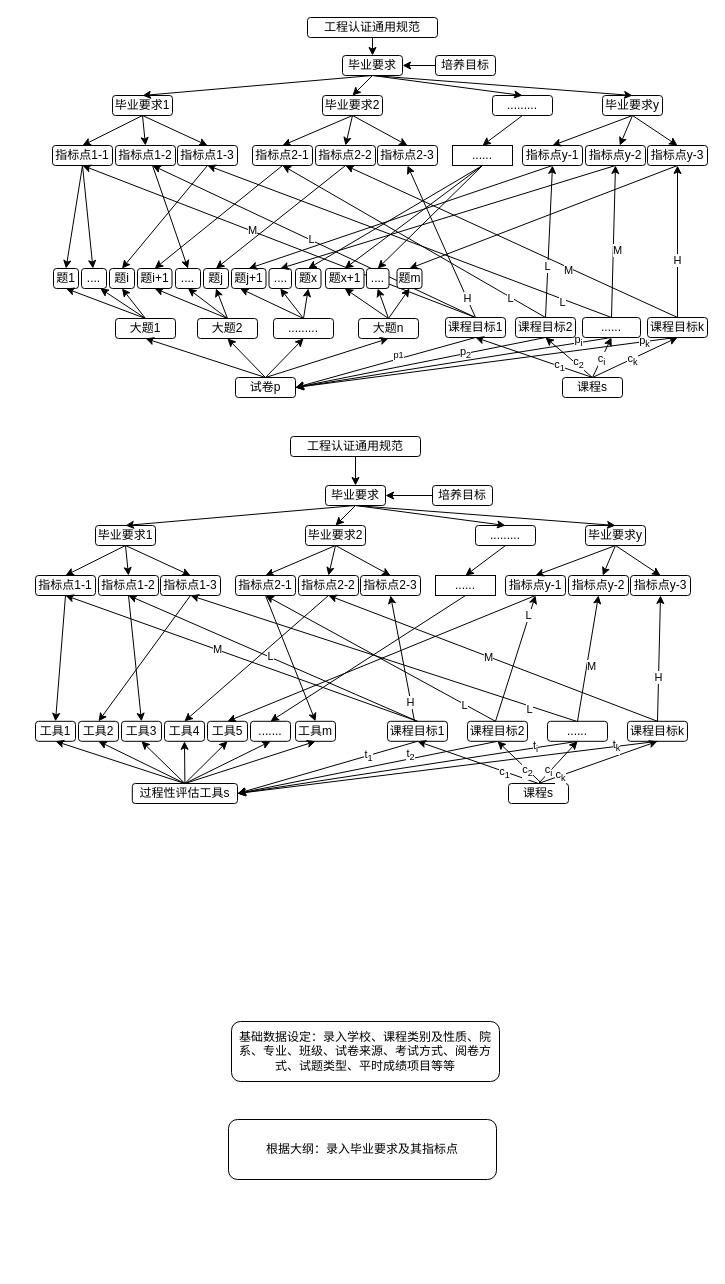
oliverwy/DhDesignpattern keeps this draw.io diagram as Untitled Diagram.drawio. Above is the earlier version. Source tidied: cells renumbered, new cells numbered last; positions are measured from the earlier drawing's top-left corner, leaving out a move shared by most shapes. Both pictures are drawn from the tidied source at 100%, with x=0, y=0 at pixel (35, 17).
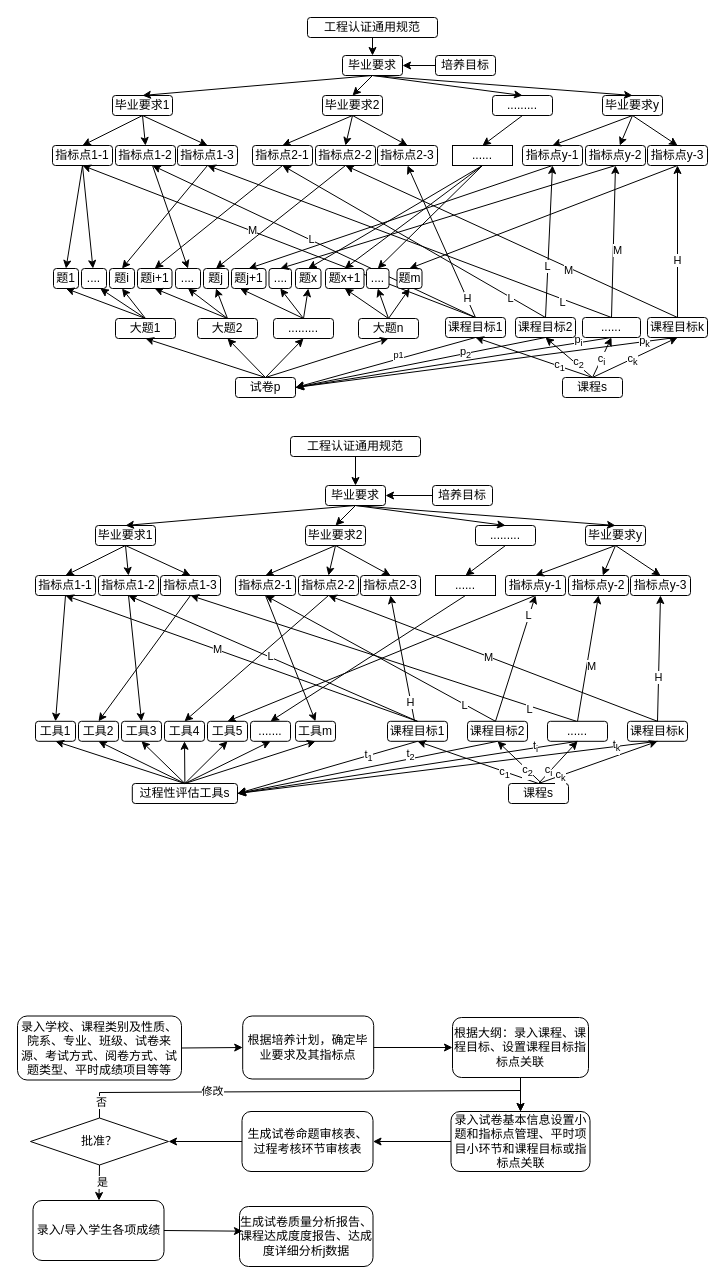
The same page after the edit.

Diff of the diagram source:
```diff
@@
-    <mxCell id="213" value="基础数据设定：录入学校、课程类别及性质、院系、专业、班级、试卷来源、考试方式、阅卷方式、试题类型、平时成绩项目等等" style="rounded=1;whiteSpace=wrap;html=1;" parent="1" vertex="1">
-      <mxGeometry x="196" y="1004" width="268" height="60" as="geometry" />
+    <mxCell id="213" value="录入学校、课程类别及性质、院系、专业、班级、试卷来源、考试方式、阅卷方式、试题类型、平时成绩项目等等" style="rounded=1;whiteSpace=wrap;html=1;" parent="1" vertex="1">
+      <mxGeometry x="-18" y="998.5" width="164" height="64" as="geometry" />
     </mxCell>
-    <mxCell id="214" value="根据大纲：录入毕业要求及其指标点" style="rounded=1;whiteSpace=wrap;html=1;" parent="1" vertex="1">
-      <mxGeometry x="193" y="1102" width="268" height="60" as="geometry" />
+    <mxCell id="214" value="根据培养计划，确定毕业要求及其指标点" style="rounded=1;whiteSpace=wrap;html=1;" parent="1" vertex="1">
+      <mxGeometry x="207.2" y="998.5" width="131" height="63" as="geometry" />
     </mxCell>
+    <mxCell id="215" value="根据大纲：录入课程、课程目标、设置课程目标指标点关联" style="rounded=1;whiteSpace=wrap;html=1;" parent="1" vertex="1">
+      <mxGeometry x="417" y="1000" width="136" height="60" as="geometry" />
+    </mxCell>
+    <mxCell id="216" value="录入试卷基本信息设置小题和指标点管理、平时项目小环节和课程目标或指标点关联" style="rounded=1;whiteSpace=wrap;html=1;" parent="1" vertex="1">
+      <mxGeometry x="415.5" y="1094" width="139" height="60" as="geometry" />
+    </mxCell>
+    <mxCell id="217" value="生成试卷命题审核表、过程考核环节审核表" style="rounded=1;whiteSpace=wrap;html=1;" parent="1" vertex="1">
+      <mxGeometry x="206.5" y="1094" width="131" height="60" as="geometry" />
+    </mxCell>
+    <mxCell id="218" value="批准？" style="rhombus;whiteSpace=wrap;html=1;" parent="1" vertex="1">
+      <mxGeometry x="-5" y="1100.5" width="138" height="47" as="geometry" />
+    </mxCell>
+    <mxCell id="219" value="录入/导入学生各项成绩" style="rounded=1;whiteSpace=wrap;html=1;" parent="1" vertex="1">
+      <mxGeometry x="-2.5" y="1183" width="131" height="60" as="geometry" />
+    </mxCell>
+    <mxCell id="220" value="生成试卷质量分析报告、课程达成度度报告、达成度详细分析j数据" style="rounded=1;whiteSpace=wrap;html=1;" parent="1" vertex="1">
+      <mxGeometry x="204" y="1189" width="133.5" height="60" as="geometry" />
+    </mxCell>
+    <mxCell id="221" style="endArrow=classic;html=1;rounded=0;exitX=1;exitY=0.5;exitDx=0;exitDy=0;entryX=0;entryY=0.5;entryDx=0;entryDy=0;" parent="1" edge="1" source="213" target="214">
+      <mxGeometry relative="1" as="geometry" />
+    </mxCell>
+    <mxCell id="222" style="endArrow=classic;html=1;rounded=0;exitX=1;exitY=0.5;exitDx=0;exitDy=0;entryX=0;entryY=0.5;entryDx=0;entryDy=0;" parent="1" edge="1" source="214" target="215">
+      <mxGeometry relative="1" as="geometry" />
+    </mxCell>
+    <mxCell id="223" style="endArrow=classic;html=1;rounded=0;exitX=0.5;exitY=1;exitDx=0;exitDy=0;entryX=0.5;entryY=0;entryDx=0;entryDy=0;" parent="1" edge="1" source="215" target="216">
+      <mxGeometry relative="1" as="geometry" />
+    </mxCell>
+    <mxCell id="224" style="endArrow=classic;html=1;rounded=0;exitX=0;exitY=0.5;exitDx=0;exitDy=0;entryX=1;entryY=0.5;entryDx=0;entryDy=0;" parent="1" edge="1" source="216" target="217">
+      <mxGeometry relative="1" as="geometry" />
+    </mxCell>
+    <mxCell id="225" style="endArrow=classic;html=1;rounded=0;exitX=0;exitY=0.5;exitDx=0;exitDy=0;entryX=1;entryY=0.5;entryDx=0;entryDy=0;" parent="1" edge="1" source="217" target="218">
+      <mxGeometry relative="1" as="geometry" />
+    </mxCell>
+    <mxCell id="226" style="endArrow=classic;html=1;rounded=0;exitX=0.5;exitY=1;exitDx=0;exitDy=0;" parent="1" edge="1" source="218" target="219">
+      <mxGeometry relative="1" as="geometry" />
+    </mxCell>
+    <mxCell id="227" value="是" style="edgeLabel;html=1;align=center;verticalAlign=middle;" parent="226" vertex="1">
+      <mxGeometry x="-0.06" y="3" relative="1" as="geometry" />
+    </mxCell>
+    <mxCell id="228" style="endArrow=classic;html=1;rounded=0;exitX=1;exitY=0.5;exitDx=0;exitDy=0;entryX=0.022;entryY=0.411;entryDx=0;entryDy=0;entryPerimeter=0;" parent="1" edge="1" source="219" target="220">
+      <mxGeometry relative="1" as="geometry" />
+    </mxCell>
+    <mxCell id="229" style="endArrow=classic;html=1;rounded=0;exitX=0.5;exitY=0;exitDx=0;exitDy=0;entryX=0.5;entryY=0;entryDx=0;entryDy=0;" parent="1" edge="1" source="218" target="216">
+      <mxGeometry relative="1" as="geometry">
+        <Array as="points">
+          <mxPoint x="64" y="1075" />
+          <mxPoint x="485" y="1073" />
+        </Array>
+      </mxGeometry>
+    </mxCell>
+    <mxCell id="230" value="修改" style="edgeLabel;html=1;align=center;verticalAlign=middle;" parent="229" vertex="1">
+      <mxGeometry x="-0.41" y="1" relative="1" as="geometry" />
+    </mxCell>
+    <mxCell id="231" value="否" style="edgeLabel;html=1;align=center;verticalAlign=middle;" parent="229" vertex="1">
+      <mxGeometry x="-0.93" y="-1" relative="1" as="geometry" />
+    </mxCell>
```
